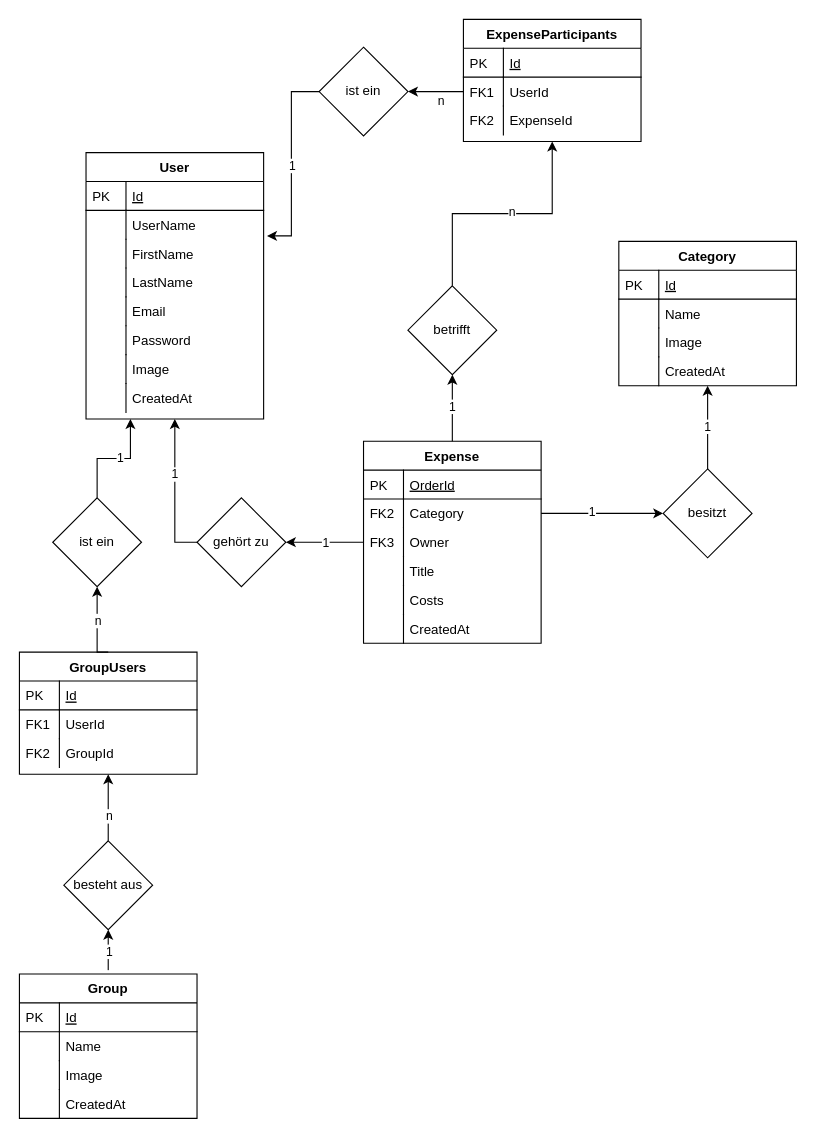
Before: backend/data/Payday-erm-db.drawio in gracideaDanu/payday, a draw.io diagram. Source tidied: cells renumbered, new cells numbered last; positions are measured from the earlier drawing's top-left corner, leaving out a move shared by most shapes. Both pictures are drawn from the tidied source at 111%, with x=0, y=0 at pixel (19, 19).
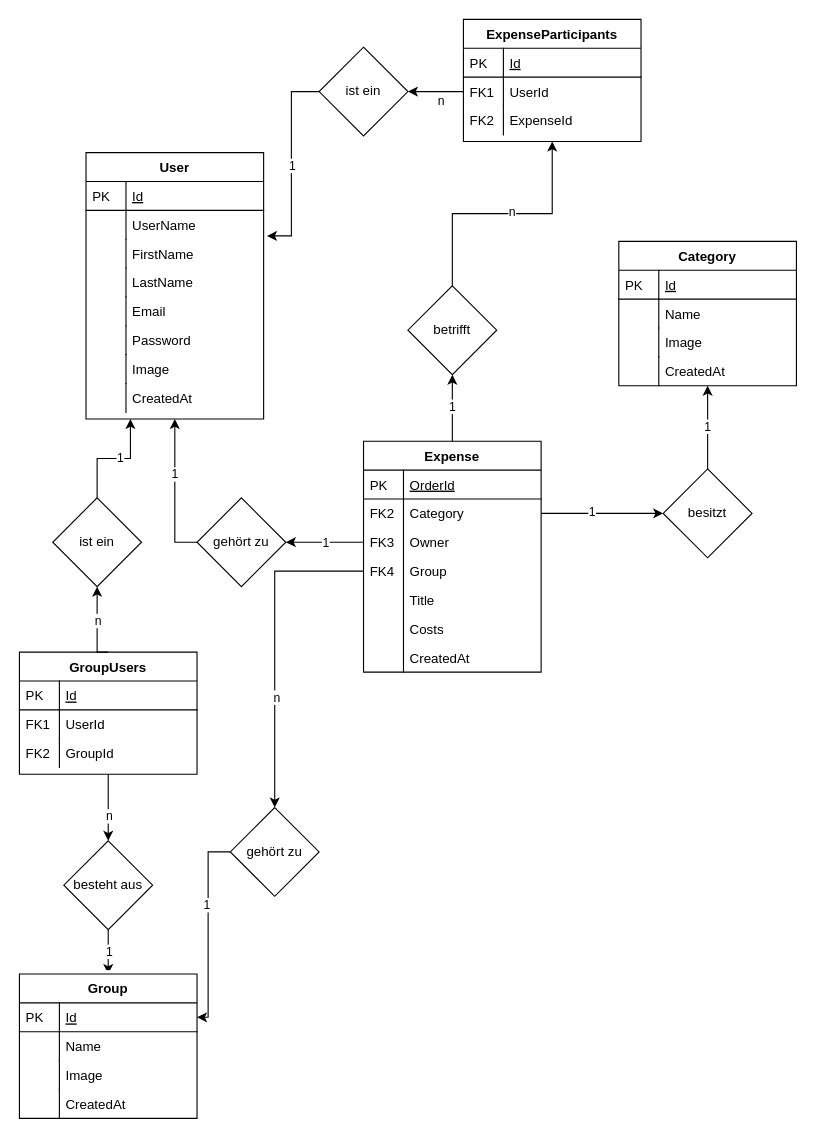
The same diagram, later.

Commit message:
new erm diagram

The change refers to these unchanged cells:
```xml
<mxCell id="56" value="besteht aus" style="rhombus;whiteSpace=wrap;html=1;" parent="1" vertex="1">
  <mxGeometry x="40" y="740" width="80" height="80" as="geometry" />
</mxCell>
<mxCell id="72" value="Group" style="swimlane;fontStyle=1;horizontal=1;startSize=26;rounded=0;shadow=0;strokeWidth=1;" parent="1" vertex="1">
  <mxGeometry y="860" width="160" height="130" as="geometry" />
</mxCell>
<mxCell id="73" value="Id" style="shape=partialRectangle;top=0;left=0;right=0;bottom=1;align=left;verticalAlign=top;fillColor=none;spacingLeft=40;spacingRight=4;overflow=hidden;points=[[0,0.5],[1,0.5]];portConstraint=eastwest;rounded=0;shadow=0;strokeWidth=1;fontStyle=4;" parent="72" vertex="1">
  <mxGeometry y="26" width="160" height="26" as="geometry" />
</mxCell>
<mxCell id="83" value="GroupUsers" style="swimlane;fontStyle=1;horizontal=1;startSize=26;rounded=0;shadow=0;strokeWidth=1;" parent="1" vertex="1">
  <mxGeometry y="570" width="160" height="110" as="geometry" />
</mxCell>
```

The edit, as a diff of the source:
```diff
@@
     <mxCell id="20" value="Expense" style="swimlane;fontStyle=1;horizontal=1;startSize=26;rounded=0;shadow=0;strokeWidth=1;" parent="1" vertex="1">
-      <mxGeometry x="310" y="380" width="160" height="182" as="geometry" />
+      <mxGeometry x="310" y="380" width="160" height="208" as="geometry" />
     </mxCell>
@@
+    <mxCell id="93" value="Group" style="shape=partialRectangle;top=0;left=0;right=0;bottom=0;align=left;verticalAlign=top;fillColor=none;spacingLeft=40;spacingRight=4;overflow=hidden;points=[[0,0.5],[1,0.5]];portConstraint=eastwest;rounded=0;shadow=0;strokeWidth=1;" parent="20" vertex="1">
+      <mxGeometry y="104" width="160" height="26" as="geometry" />
+    </mxCell>
+    <mxCell id="94" value="FK4" style="shape=partialRectangle;top=0;left=0;bottom=0;fillColor=none;align=left;verticalAlign=top;spacingLeft=4;spacingRight=4;overflow=hidden;" parent="93" vertex="1">
+      <mxGeometry width="36" height="26" as="geometry" />
+    </mxCell>
     <mxCell id="27" value="Title" style="shape=partialRectangle;top=0;left=0;right=0;bottom=0;align=left;verticalAlign=top;fillColor=none;spacingLeft=40;spacingRight=4;overflow=hidden;rounded=0;shadow=0;strokeWidth=1;" parent="20" vertex="1">
-      <mxGeometry y="104" width="160" height="26" as="geometry" />
+      <mxGeometry y="130" width="160" height="26" as="geometry" />
     </mxCell>
@@
     <mxCell id="29" value="Costs" style="shape=partialRectangle;top=0;left=0;right=0;bottom=0;align=left;verticalAlign=top;fillColor=none;spacingLeft=40;spacingRight=4;overflow=hidden;rounded=0;shadow=0;strokeWidth=1;" parent="20" vertex="1">
-      <mxGeometry y="130" width="160" height="26" as="geometry" />
+      <mxGeometry y="156" width="160" height="26" as="geometry" />
     </mxCell>
@@
     <mxCell id="31" value="CreatedAt" style="shape=partialRectangle;top=0;left=0;right=0;bottom=0;align=left;verticalAlign=top;fillColor=none;spacingLeft=40;spacingRight=4;overflow=hidden;rounded=0;shadow=0;strokeWidth=1;" parent="20" vertex="1">
-      <mxGeometry y="156" width="160" height="26" as="geometry" />
+      <mxGeometry y="182" width="160" height="26" as="geometry" />
     </mxCell>
@@
-    <mxCell id="54" style="edgeStyle=orthogonalEdgeStyle;rounded=0;jettySize=auto;html=1;exitX=0.5;exitY=0;exitDx=0;exitDy=0;entryX=0.5;entryY=1;entryDx=0;entryDy=0;" parent="1" edge="1" source="56" target="83">
+    <mxCell id="54" style="edgeStyle=orthogonalEdgeStyle;rounded=0;jettySize=auto;html=1;exitX=0.5;exitY=0;exitDx=0;exitDy=0;entryX=0.5;entryY=1;entryDx=0;entryDy=0;startArrow=classic;startFill=1;endArrow=none;endFill=0;" parent="1" edge="1" source="56" target="83">
       <mxGeometry relative="1" as="geometry">
         <Array as="points">
           <mxPoint x="80" y="720" />
         </Array>
       </mxGeometry>
     </mxCell>
@@
-    <mxCell id="57" style="edgeStyle=orthogonalEdgeStyle;rounded=0;jettySize=auto;html=1;exitX=0.5;exitY=0;exitDx=0;exitDy=0;entryX=0.5;entryY=1;entryDx=0;entryDy=0;" parent="1" edge="1" source="72" target="56">
+    <mxCell id="57" style="edgeStyle=orthogonalEdgeStyle;rounded=0;jettySize=auto;html=1;exitX=0.5;exitY=0;exitDx=0;exitDy=0;entryX=0.5;entryY=1;entryDx=0;entryDy=0;startArrow=classic;startFill=1;endArrow=none;endFill=0;" parent="1" edge="1" source="72" target="56">
       <mxGeometry relative="1" as="geometry" />
     </mxCell>
@@
+    <mxCell id="95" style="edgeStyle=orthogonalEdgeStyle;rounded=0;jettySize=auto;html=1;exitX=0;exitY=0.5;exitDx=0;exitDy=0;entryX=1;entryY=0.5;entryDx=0;entryDy=0;" parent="1" edge="1" source="97" target="73">
+      <mxGeometry relative="1" as="geometry">
+        <Array as="points">
+          <mxPoint x="170" y="750" />
+          <mxPoint x="170" y="899" />
+        </Array>
+      </mxGeometry>
+    </mxCell>
+    <mxCell id="96" value="1" style="edgeLabel;html=1;align=center;verticalAlign=middle;" parent="95" vertex="1">
+      <mxGeometry x="-0.24" y="-2" relative="1" as="geometry">
+        <mxPoint y="-1" as="offset" />
+      </mxGeometry>
+    </mxCell>
+    <mxCell id="97" value="gehört zu" style="rhombus;whiteSpace=wrap;html=1;" parent="1" vertex="1">
+      <mxGeometry x="190" y="710" width="80" height="80" as="geometry" />
+    </mxCell>
+    <mxCell id="98" style="edgeStyle=orthogonalEdgeStyle;rounded=0;jettySize=auto;html=1;exitX=0;exitY=0.5;exitDx=0;exitDy=0;entryX=0.5;entryY=0;entryDx=0;entryDy=0;" parent="1" edge="1" source="93" target="97">
+      <mxGeometry relative="1" as="geometry">
+        <Array as="points">
+          <mxPoint x="230" y="497" />
+          <mxPoint x="230" y="700" />
+        </Array>
+      </mxGeometry>
+    </mxCell>
+    <mxCell id="99" value="n" style="edgeLabel;html=1;align=center;verticalAlign=middle;" parent="98" vertex="1">
+      <mxGeometry x="0.31" y="1" relative="1" as="geometry">
+        <mxPoint y="1" as="offset" />
+      </mxGeometry>
+    </mxCell>
```
